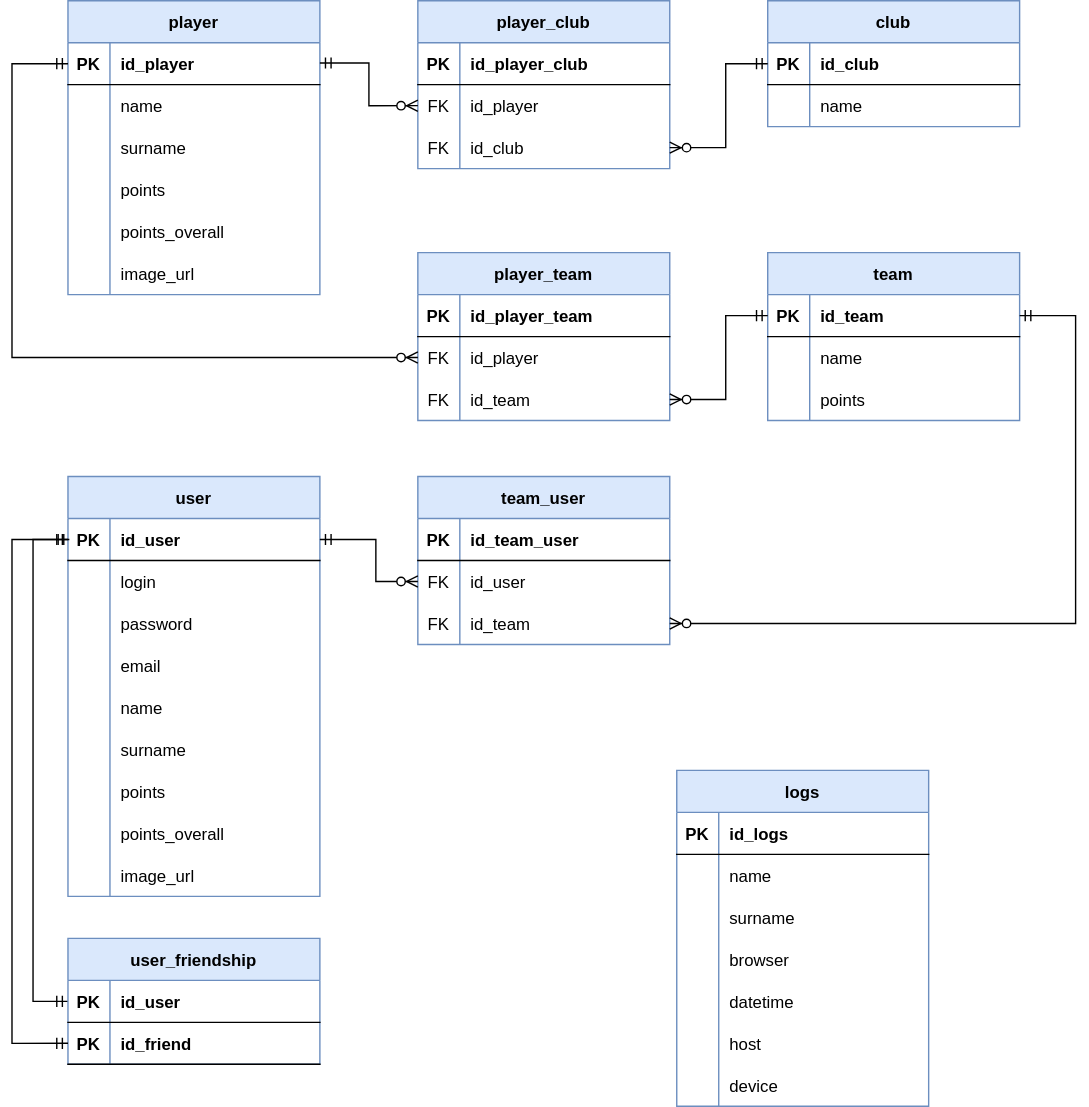
Kazan33333/WdPAI keeps this draw.io diagram as ERD.svg. Above is the earlier version. Source tidied: cells renumbered, new cells last; positions are measured from the earlier drawing's top-left corner, leaving out a move shared by most shapes.
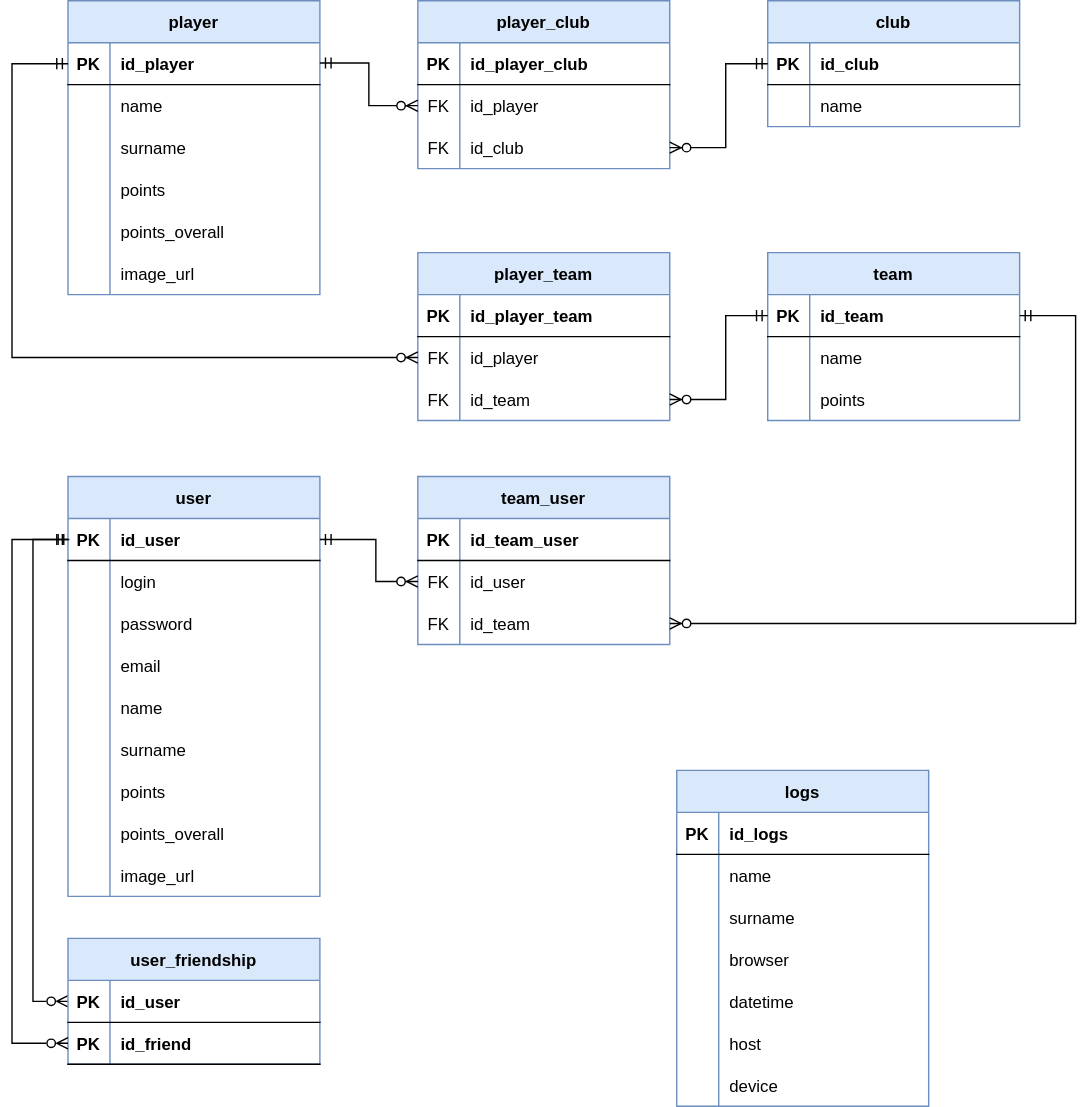
Above is the later version.

Commit message:
The definitive (probably) ERD

The edit, as a diff of the source:
```diff
@@ -402,7 +402,7 @@
     <mxCell id="123" value="device" style="shape=partialRectangle;fillColor=none;top=0;left=0;bottom=0;right=0;align=left;spacingLeft=6;overflow=hidden;" parent="121" vertex="1">
       <mxGeometry x="30" width="150" height="30" as="geometry" />
     </mxCell>
-    <mxCell id="124" style="edgeStyle=orthogonalEdgeStyle;fontSize=12;html=1;endArrow=ERmandOne;startArrow=ERmandOne;strokeColor=default;rounded=0;exitX=0;exitY=0.5;exitDx=0;exitDy=0;" parent="1" edge="1" source="126">
+    <mxCell id="124" style="edgeStyle=orthogonalEdgeStyle;fontSize=12;html=1;endArrow=ERmandOne;startArrow=ERzeroToMany;strokeColor=default;rounded=0;exitX=0;exitY=0.5;exitDx=0;exitDy=0;startFill=0;" parent="1" edge="1" source="126">
       <mxGeometry relative="1" as="geometry">
         <mxPoint x="40" y="385" as="targetPoint" />
         <Array as="points">
@@ -432,7 +432,7 @@
     <mxCell id="131" value="id_friend" style="shape=partialRectangle;fillColor=none;top=0;left=0;bottom=0;right=0;align=left;spacingLeft=6;fontStyle=1;overflow=hidden;strokeWidth=1;" parent="129" vertex="1">
       <mxGeometry x="30" width="150" height="30" as="geometry" />
     </mxCell>
-    <mxCell id="132" style="edgeStyle=orthogonalEdgeStyle;fontSize=12;html=1;endArrow=ERmandOne;startArrow=ERmandOne;strokeColor=default;rounded=0;exitX=0;exitY=0.5;exitDx=0;exitDy=0;" parent="1" edge="1">
+    <mxCell id="132" style="edgeStyle=orthogonalEdgeStyle;fontSize=12;html=1;endArrow=ERmandOne;startArrow=ERzeroToMany;strokeColor=default;rounded=0;exitX=0;exitY=0.5;exitDx=0;exitDy=0;startFill=0;" parent="1" edge="1">
       <mxGeometry relative="1" as="geometry">
         <mxPoint x="40" y="745" as="sourcePoint" />
         <mxPoint x="41" y="385" as="targetPoint" />
```
